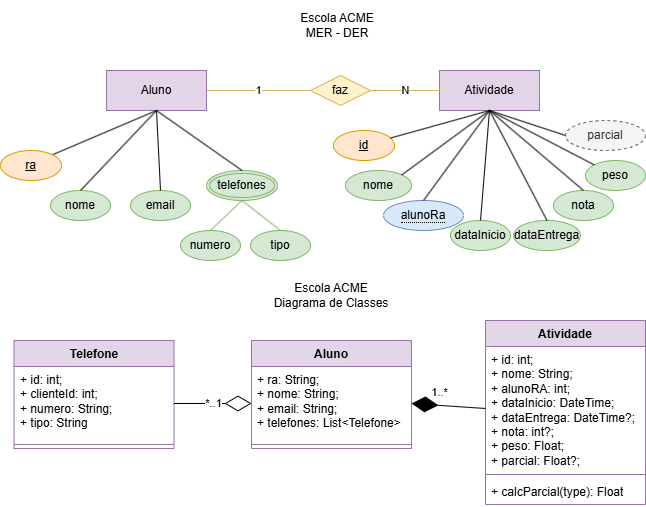
Above: docs/der-dc.png in steffanygiovanna/pbe2-vps01-escola-atividades-2025-Steffany (draw.io), before the change. Source tidied: cells renumbered, new cells last; positions are measured from the earlier drawing's top-left corner, leaving out a move shared by most shapes.
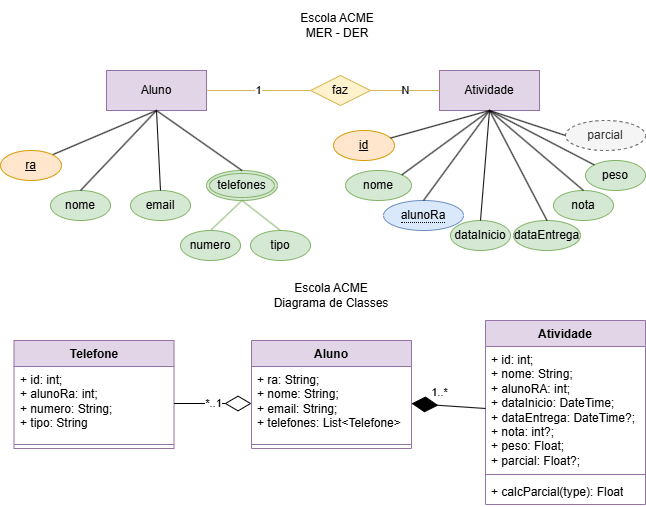
Later version of the same file.

Change to the diagram source:
```diff
@@ -116,7 +116,7 @@
     <mxCell id="39" value="Telefone" style="swimlane;fontStyle=1;align=center;verticalAlign=top;horizontal=1;startSize=26;whiteSpace=wrap;html=1;fillColor=#e1d5e7;strokeColor=#9673a6;" parent="1" vertex="1">
       <mxGeometry x="13.5" y="340" width="160" height="108" as="geometry" />
     </mxCell>
-    <mxCell id="40" value="+ id: int;&lt;div&gt;+ clienteId: int;&lt;/div&gt;&lt;div&gt;+ numero: String;&lt;/div&gt;&lt;div&gt;+ tipo: String&lt;/div&gt;" style="text;strokeColor=none;fillColor=none;align=left;verticalAlign=top;spacingLeft=4;spacingRight=4;overflow=hidden;points=[[0,0.5],[1,0.5]];portConstraint=eastwest;whiteSpace=wrap;html=1;" parent="39" vertex="1">
+    <mxCell id="40" value="+ id: int;&lt;div&gt;+ alunoRa: int;&lt;/div&gt;&lt;div&gt;+ numero: String;&lt;/div&gt;&lt;div&gt;+ tipo: String&lt;/div&gt;" style="text;strokeColor=none;fillColor=none;align=left;verticalAlign=top;spacingLeft=4;spacingRight=4;overflow=hidden;points=[[0,0.5],[1,0.5]];portConstraint=eastwest;whiteSpace=wrap;html=1;" parent="39" vertex="1">
       <mxGeometry y="26" width="160" height="74" as="geometry" />
     </mxCell>
     <mxCell id="41" style="line;strokeWidth=1;fillColor=none;align=left;verticalAlign=middle;spacingTop=-1;spacingLeft=3;spacingRight=3;labelPosition=right;strokeColor=inherit;" parent="39" vertex="1">
```
